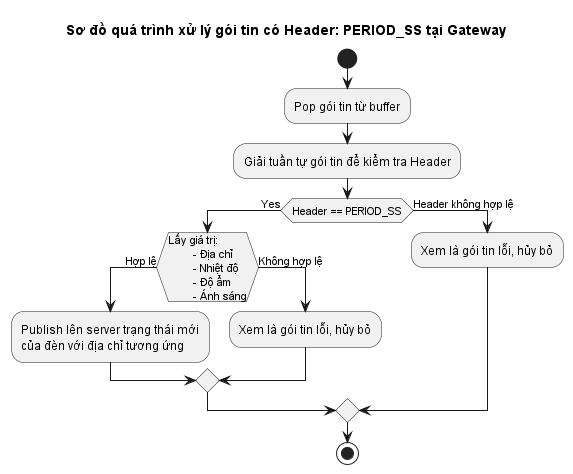
Above: design/out/gateway_period/gateway_ack.png in laduc11/light_system_iot (PlantUML), before the change.
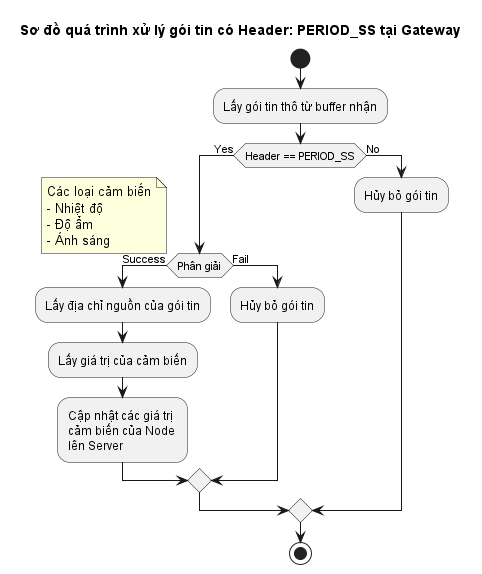
After the change.

Commit message:
Refactor activity diagrams relate to mesage processing in node, gateway

Diff of the diagram source:
```diff
@@ -2,22 +2,26 @@
 title Sơ đồ quá trình xử lý gói tin có Header: PERIOD_SS tại Gateway
 
 start
-    :Pop gói tin từ buffer;
-    :Giải tuần tự gói tin để kiểm tra Header;
+    :Lấy gói tin thô từ buffer nhận;
 
     if (Header == PERIOD_SS) then (Yes)
-        if (Lấy giá trị:
-        - Địa chỉ
-        - Nhiệt độ
-        - Độ ẩm
-        - Ánh sáng) then (Hợp lệ)
-            :Publish lên server trạng thái mới
-            của đèn với địa chỉ tương ứng;
-        else (Không hợp lệ)
-            :Xem là gói tin lỗi, hủy bỏ;
+        if (Phân giải) then (Success)
+            note left
+                Các loại cảm biến
+                - Nhiệt độ
+                - Độ ẩm
+                - Ánh sáng
+            end note
+            :Lấy địa chỉ nguồn của gói tin;
+            :Lấy giá trị của cảm biến;
+            :Cập nhật các giá trị
+            cảm biến của Node
+            lên Server;
+        else (Fail)
+            :Hủy bỏ gói tin;
         endif
-    else (Header không hợp lệ)
-        :Xem là gói tin lỗi, hủy bỏ;
+    else (No)
+        :Hủy bỏ gói tin;
     endif
 stop
 @enduml
```
